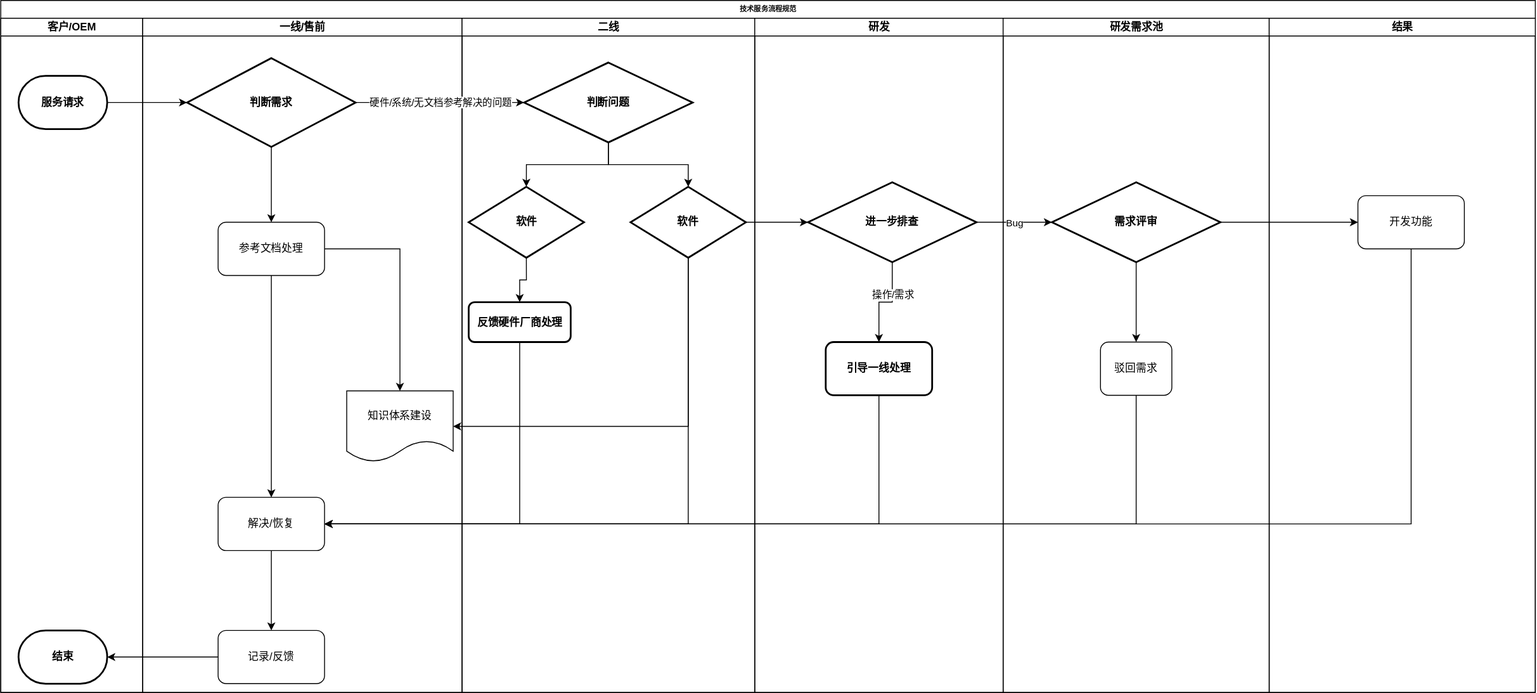
Before: 流程规范及制度.drawio.svg, a diagram exported from draw.io (lawesen/lcgfzd). Source tidied: cells renumbered, new cells last; positions are measured from the earlier drawing's top-left corner, leaving out a move shared by most shapes.
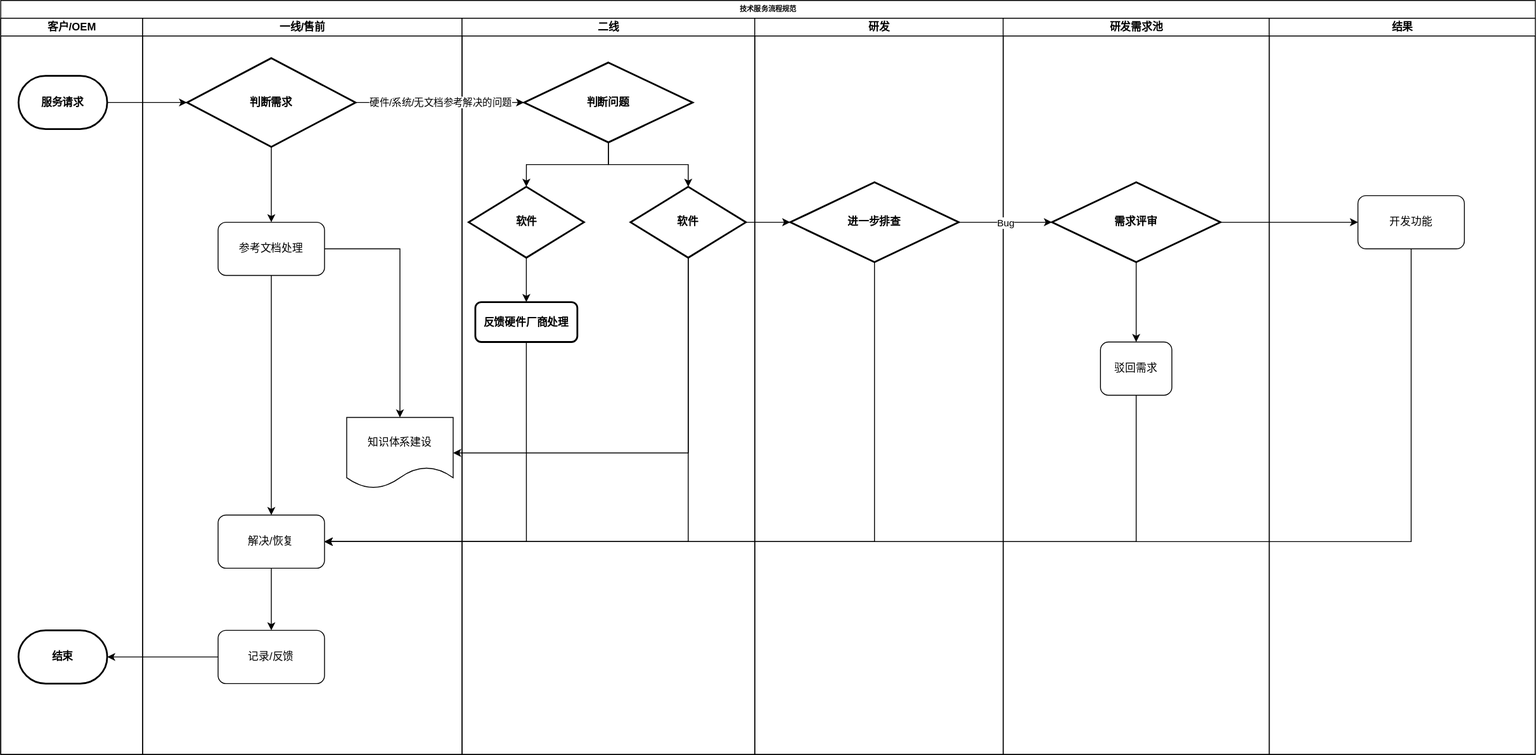
After the change.

Commit message:
更新流程规范及制度.drawio.svg

Diff of the diagram source:
```diff
@@ -3,10 +3,10 @@
     <mxCell id="0" />
     <mxCell id="1" parent="0" />
     <mxCell id="2" value="技术服务流程规范" style="swimlane;html=1;startSize=20;rounded=0;shadow=0;labelBackgroundColor=none;strokeWidth=1;fontFamily=Verdana;fontSize=8;align=center;" parent="1" vertex="1">
-      <mxGeometry width="1730" height="780" as="geometry" />
+      <mxGeometry width="1730" height="850" as="geometry" />
     </mxCell>
     <mxCell id="3" value="客户/OEM" style="swimlane;html=1;startSize=20;" parent="2" vertex="1">
-      <mxGeometry y="20" width="160" height="760" as="geometry" />
+      <mxGeometry y="20" width="160" height="830" as="geometry" />
     </mxCell>
     <mxCell id="4" value="服务请求" style="strokeWidth=2;html=1;shape=mxgraph.flowchart.terminator;whiteSpace=wrap;fontStyle=1;" parent="3" vertex="1">
       <mxGeometry x="20" y="65" width="100" height="60" as="geometry" />
@@ -15,7 +15,7 @@
       <mxGeometry x="20" y="690" width="100" height="60" as="geometry" />
     </mxCell>
     <mxCell id="6" value="一线/售前" style="swimlane;html=1;startSize=20;" parent="2" vertex="1">
-      <mxGeometry x="160" y="20" width="360" height="760" as="geometry" />
+      <mxGeometry x="160" y="20" width="360" height="830" as="geometry" />
     </mxCell>
     <mxCell id="7" style="edgeStyle=orthogonalEdgeStyle;rounded=0;jettySize=auto;html=1;exitX=0.5;exitY=1;exitDx=0;exitDy=0;" parent="6" edge="1" source="9" target="11">
       <mxGeometry relative="1" as="geometry" />
@@ -30,7 +30,7 @@
       <mxGeometry relative="1" as="geometry" />
     </mxCell>
     <mxCell id="11" value="解决/恢复" style="whiteSpace=wrap;html=1;rounded=1;" parent="6" vertex="1">
-      <mxGeometry x="85" y="540" width="120" height="60" as="geometry" />
+      <mxGeometry x="85" y="560" width="120" height="60" as="geometry" />
     </mxCell>
     <mxCell id="12" value="记录/反馈" style="rounded=1;whiteSpace=wrap;html=1;" parent="6" vertex="1">
       <mxGeometry x="85" y="690" width="120" height="60" as="geometry" />
@@ -42,13 +42,13 @@
       <mxGeometry x="50" y="45" width="190" height="100" as="geometry" />
     </mxCell>
     <mxCell id="15" value="知识体系建设" style="shape=document;whiteSpace=wrap;html=1;boundedLbl=1;rounded=1;" parent="6" vertex="1">
-      <mxGeometry x="230" y="420" width="120" height="80" as="geometry" />
+      <mxGeometry x="230" y="450" width="120" height="80" as="geometry" />
     </mxCell>
     <mxCell id="16" style="edgeStyle=orthogonalEdgeStyle;rounded=0;jettySize=auto;html=1;exitX=0.5;exitY=1;exitDx=0;exitDy=0;entryX=1;entryY=0.5;entryDx=0;entryDy=0;" parent="2" edge="1" source="32" target="11">
       <mxGeometry relative="1" as="geometry" />
     </mxCell>
     <mxCell id="17" value="二线" style="swimlane;html=1;startSize=20;" parent="2" vertex="1">
-      <mxGeometry x="520" y="20" width="330" height="760" as="geometry" />
+      <mxGeometry x="520" y="20" width="330" height="830" as="geometry" />
     </mxCell>
     <mxCell id="18" style="edgeStyle=orthogonalEdgeStyle;rounded=0;jettySize=auto;html=1;exitX=0.5;exitY=1;exitDx=0;exitDy=0;entryX=0.5;entryY=0;entryDx=0;entryDy=0;" parent="17" edge="1" source="19" target="24">
       <mxGeometry relative="1" as="geometry" />
@@ -63,7 +63,7 @@
       <mxGeometry relative="1" as="geometry" />
     </mxCell>
     <mxCell id="22" value="反馈硬件厂商处理" style="rounded=1;whiteSpace=wrap;html=1;strokeWidth=2;fontStyle=1;" parent="17" vertex="1">
-      <mxGeometry x="7.5" y="320" width="115" height="45" as="geometry" />
+      <mxGeometry x="15" y="320" width="115" height="45" as="geometry" />
     </mxCell>
     <mxCell id="23" style="edgeStyle=orthogonalEdgeStyle;rounded=0;jettySize=auto;html=1;exitX=0.5;exitY=1;exitDx=0;exitDy=0;entryX=0.5;entryY=0;entryDx=0;entryDy=0;" parent="17" edge="1" source="24" target="22">
       <mxGeometry relative="1" as="geometry" />
@@ -72,27 +72,16 @@
       <mxGeometry x="7.5" y="190" width="130" height="80" as="geometry" />
     </mxCell>
     <mxCell id="25" style="group;" parent="2" vertex="1">
-      <mxGeometry x="850" y="20" width="580" height="760" as="geometry" />
+      <mxGeometry x="850" y="20" width="580" height="830" as="geometry" />
     </mxCell>
     <mxCell id="26" value="研发" style="swimlane;html=1;startSize=20;" parent="25" vertex="1">
-      <mxGeometry width="280" height="760" as="geometry" />
+      <mxGeometry width="280" height="830" as="geometry" />
     </mxCell>
-    <mxCell id="27" style="edgeStyle=orthogonalEdgeStyle;rounded=0;jettySize=auto;html=1;" parent="26" edge="1" source="29" target="30">
-      <mxGeometry relative="1" as="geometry" />
-    </mxCell>
-    <mxCell id="28" value="操作/需求" style="edgeLabel;html=1;align=center;verticalAlign=middle;" parent="27" vertex="1">
-      <mxGeometry x="-0.28" relative="1" as="geometry">
-        <mxPoint y="-1" as="offset" />
-      </mxGeometry>
-    </mxCell>
     <mxCell id="29" value="进一步排查" style="rhombus;whiteSpace=wrap;html=1;strokeWidth=2;fontStyle=1;" parent="26" vertex="1">
-      <mxGeometry x="60" y="185" width="190" height="90" as="geometry" />
+      <mxGeometry x="40" y="185" width="190" height="90" as="geometry" />
     </mxCell>
-    <mxCell id="30" value="引导一线处理" style="rounded=1;whiteSpace=wrap;html=1;strokeWidth=2;fontStyle=1;" parent="26" vertex="1">
-      <mxGeometry x="80" y="365" width="120" height="60" as="geometry" />
-    </mxCell>
     <mxCell id="31" value="研发需求池" style="swimlane;html=1;startSize=20;" parent="25" vertex="1">
-      <mxGeometry x="280" width="300" height="760" as="geometry" />
+      <mxGeometry x="280" width="300" height="830" as="geometry" />
     </mxCell>
     <mxCell id="32" value="驳回需求" style="whiteSpace=wrap;html=1;rounded=1;" parent="31" vertex="1">
       <mxGeometry x="109.8" y="365" width="80.5" height="60" as="geometry" />
@@ -118,7 +107,7 @@
       <mxGeometry relative="1" as="geometry" />
     </mxCell>
     <mxCell id="39" value="结果" style="swimlane;html=1;startSize=20;" parent="2" vertex="1">
-      <mxGeometry x="1430" y="20" width="300" height="760" as="geometry" />
+      <mxGeometry x="1430" y="20" width="300" height="830" as="geometry" />
     </mxCell>
     <mxCell id="40" value="开发功能" style="whiteSpace=wrap;html=1;rounded=1;" parent="39" vertex="1">
       <mxGeometry x="100" y="200" width="120" height="60" as="geometry" />
@@ -132,9 +121,6 @@
     <mxCell id="43" style="edgeStyle=orthogonalEdgeStyle;rounded=0;jettySize=auto;html=1;exitX=1;exitY=0.5;exitDx=0;exitDy=0;entryX=0;entryY=0.5;entryDx=0;entryDy=0;" parent="2" edge="1" source="34" target="40">
       <mxGeometry relative="1" as="geometry" />
     </mxCell>
-    <mxCell id="44" style="edgeStyle=orthogonalEdgeStyle;rounded=0;jettySize=auto;html=1;exitX=0.5;exitY=1;exitDx=0;exitDy=0;entryX=1;entryY=0.5;entryDx=0;entryDy=0;" parent="2" edge="1" source="30" target="11">
-      <mxGeometry relative="1" as="geometry" />
-    </mxCell>
     <mxCell id="45" style="edgeStyle=orthogonalEdgeStyle;rounded=0;jettySize=auto;html=1;exitX=1;exitY=0.5;exitDx=0;exitDy=0;entryX=0;entryY=0.5;entryDx=0;entryDy=0;" parent="2" edge="1" source="20" target="29">
       <mxGeometry relative="1" as="geometry" />
     </mxCell>
@@ -147,5 +133,8 @@
     <mxCell id="48" style="edgeStyle=orthogonalEdgeStyle;rounded=0;jettySize=auto;html=1;exitX=0.5;exitY=1;exitDx=0;exitDy=0;entryX=1;entryY=0.5;entryDx=0;entryDy=0;" parent="2" edge="1" source="20" target="15">
       <mxGeometry relative="1" as="geometry" />
     </mxCell>
+    <mxCell id="49" style="edgeStyle=orthogonalEdgeStyle;rounded=0;jettySize=auto;html=1;exitX=0.5;exitY=1;exitDx=0;exitDy=0;entryX=1;entryY=0.5;entryDx=0;entryDy=0;" parent="2" edge="1" source="29" target="11">
+      <mxGeometry relative="1" as="geometry" />
+    </mxCell>
   </root>
 </mxGraphModel>
```
